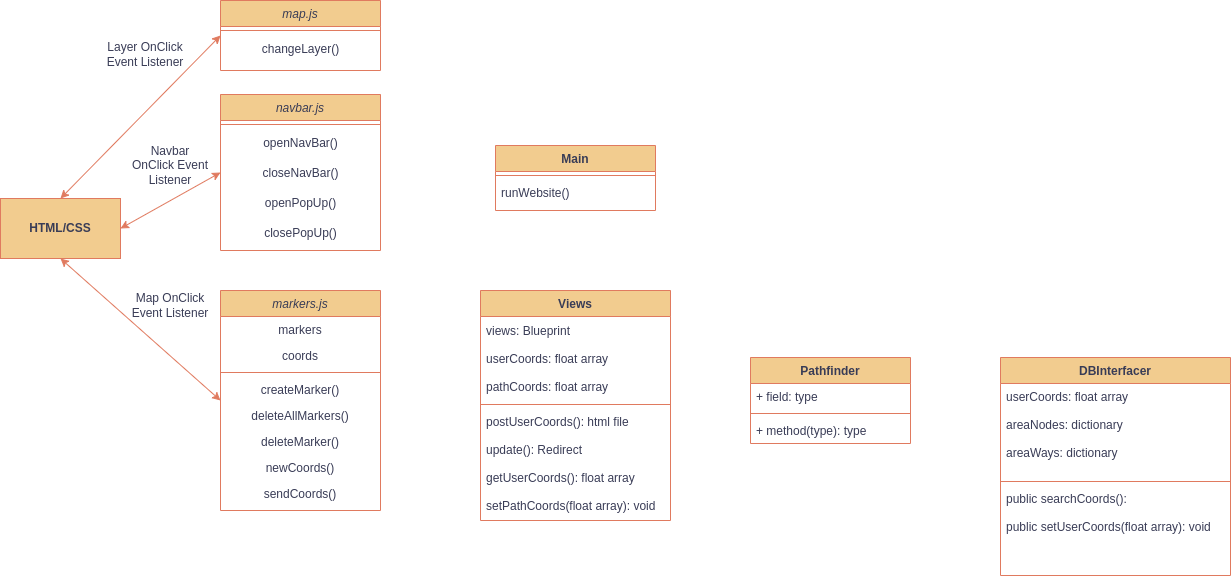
The draw.io diagram paperwork/RouteplannerDiagram.drawio.png in B-DUB99/RoutePlanner, before a commit. Source tidied: cells renumbered, new cells last; positions are measured from the earlier drawing's top-left corner, leaving out a move shared by most shapes.
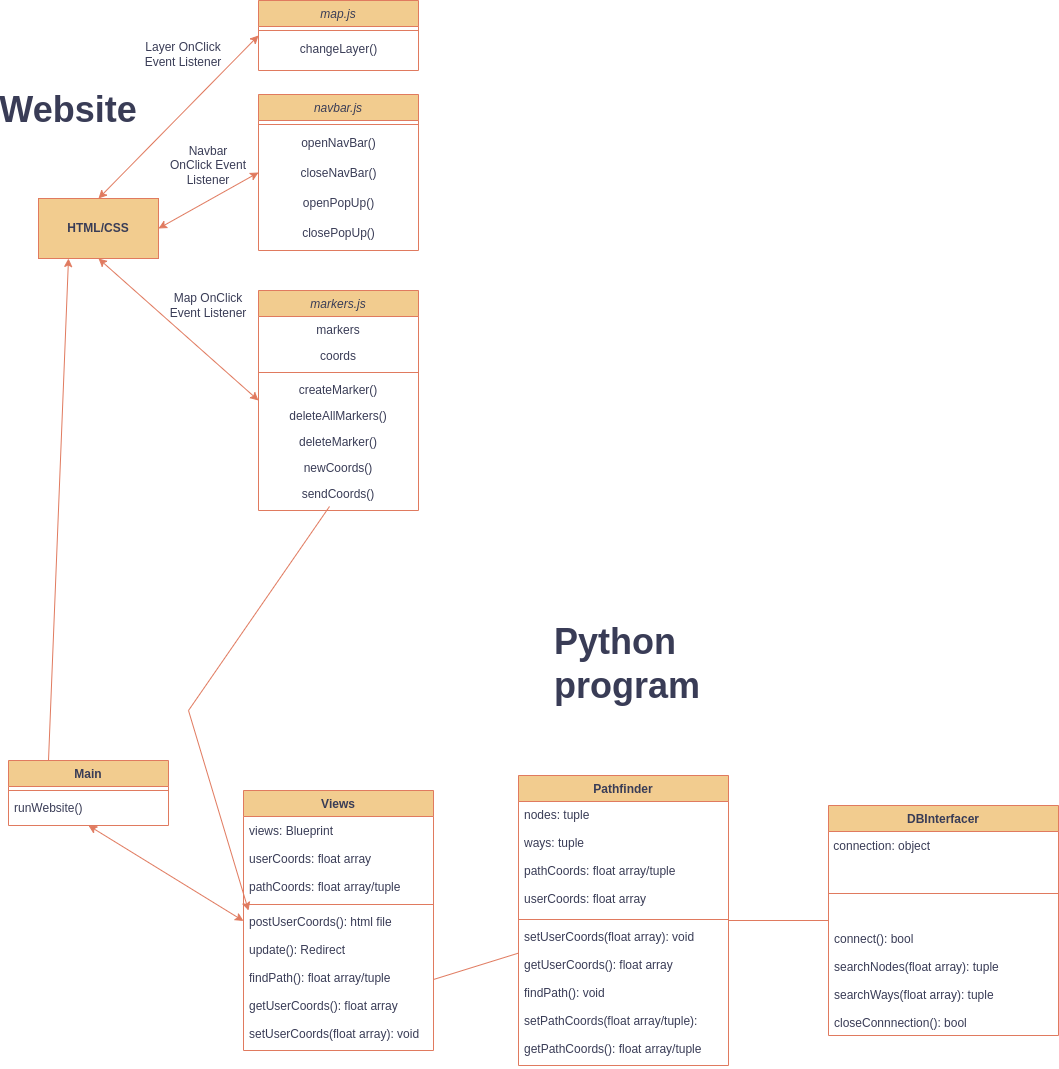
The same diagram one commit later.

Commit message:
UML class Diagram - Needs work I think but a good starting point.

Change to the diagram source:
```diff
@@ -69,7 +69,7 @@
       <mxGeometry relative="1" as="geometry" />
     </mxCell>
     <mxCell id="24" value="Main" style="swimlane;fontStyle=1;align=center;verticalAlign=top;horizontal=1;startSize=26;rounded=0;shadow=0;strokeWidth=1;labelBackgroundColor=none;fillColor=#F2CC8F;strokeColor=#E07A5F;fontColor=#393C56;" parent="1" vertex="1">
-      <mxGeometry x="495" y="145" width="160" height="65" as="geometry" />
+      <mxGeometry x="-30" y="760" width="160" height="65" as="geometry" />
     </mxCell>
     <mxCell id="25" style="line;html=1;strokeWidth=1;align=left;verticalAlign=middle;spacingTop=-1;spacingLeft=3;spacingRight=3;labelPosition=right;labelBackgroundColor=none;fillColor=#F2CC8F;strokeColor=#E07A5F;fontColor=#393C56;" parent="24" vertex="1">
       <mxGeometry y="26" width="160" height="8" as="geometry" />
@@ -86,41 +86,67 @@
     <mxCell id="29" value="Map OnClick Event Listener" style="text;html=1;strokeColor=none;fillColor=none;align=center;verticalAlign=middle;whiteSpace=wrap;rounded=0;fontColor=#393C56;labelBackgroundColor=none;" parent="1" vertex="1">
       <mxGeometry x="120" y="270" width="100" height="70" as="geometry" />
     </mxCell>
-    <mxCell id="30" value="Views" style="swimlane;fontStyle=1;align=center;verticalAlign=top;horizontal=1;startSize=26;strokeColor=#E07A5F;fontColor=#393C56;fillColor=#F2CC8F;" parent="1" vertex="1">
-      <mxGeometry x="480" y="290" width="190" height="230" as="geometry" />
+    <mxCell id="30" value="Views" style="swimlane;fontStyle=1;align=center;verticalAlign=top;horizontal=1;startSize=26;strokeColor=#E07A5F;fontColor=#393C56;fillColor=#F2CC8F;labelBackgroundColor=none;" parent="1" vertex="1">
+      <mxGeometry x="205" y="790" width="190" height="260" as="geometry" />
     </mxCell>
-    <mxCell id="31" value="views: Blueprint&#10;&#10;userCoords: float array&#10;&#10;pathCoords: float array" style="text;strokeColor=none;fillColor=none;align=left;verticalAlign=middle;spacingLeft=4;spacingRight=4;overflow=hidden;fontColor=#393C56;" parent="30" vertex="1">
+    <mxCell id="31" value="views: Blueprint&#10;&#10;userCoords: float array&#10;&#10;pathCoords: float array/tuple" style="text;strokeColor=none;fillColor=none;align=left;verticalAlign=middle;spacingLeft=4;spacingRight=4;overflow=hidden;fontColor=#393C56;labelBackgroundColor=none;" parent="30" vertex="1">
       <mxGeometry y="26" width="190" height="84" as="geometry" />
     </mxCell>
-    <mxCell id="32" style="line;strokeWidth=1;fillColor=none;align=left;verticalAlign=middle;spacingTop=-1;spacingLeft=3;spacingRight=3;labelPosition=right;strokeColor=inherit;fontColor=#393C56;" parent="30" vertex="1">
+    <mxCell id="32" style="line;strokeWidth=1;fillColor=none;align=left;verticalAlign=middle;spacingTop=-1;spacingLeft=3;spacingRight=3;labelPosition=right;strokeColor=#E07A5F;fontColor=#393C56;labelBackgroundColor=none;" parent="30" vertex="1">
       <mxGeometry y="110" width="190" height="8" as="geometry" />
     </mxCell>
-    <mxCell id="33" value="postUserCoords(): html file&#10;&#10;update(): Redirect&#10;&#10;getUserCoords(): float array&#10;&#10;setPathCoords(float array): void&#10;&#10;" style="text;strokeColor=none;fillColor=none;align=left;verticalAlign=top;spacingLeft=4;spacingRight=4;overflow=hidden;points=[[0,0.5],[1,0.5]];portConstraint=eastwest;fontColor=#393C56;" parent="30" vertex="1">
-      <mxGeometry y="118" width="190" height="112" as="geometry" />
+    <mxCell id="33" value="postUserCoords(): html file&#10;&#10;update(): Redirect&#10;&#10;findPath(): float array/tuple&#10;&#10;getUserCoords(): float array&#10;&#10;setUserCoords(float array): void" style="text;strokeColor=none;fillColor=none;align=left;verticalAlign=top;spacingLeft=4;spacingRight=4;overflow=hidden;points=[[0,0.5],[1,0.5]];portConstraint=eastwest;fontColor=#393C56;labelBackgroundColor=none;" parent="30" vertex="1">
+      <mxGeometry y="118" width="190" height="142" as="geometry" />
     </mxCell>
-    <mxCell id="34" value="Pathfinder" style="swimlane;fontStyle=1;align=center;verticalAlign=top;horizontal=1;startSize=26;strokeColor=#E07A5F;fontColor=#393C56;fillColor=#F2CC8F;" parent="1" vertex="1">
-      <mxGeometry x="750" y="357" width="160" height="86" as="geometry" />
+    <mxCell id="34" value="Pathfinder" style="swimlane;fontStyle=1;align=center;verticalAlign=top;horizontal=1;startSize=26;strokeColor=#E07A5F;fontColor=#393C56;fillColor=#F2CC8F;labelBackgroundColor=none;" parent="1" vertex="1">
+      <mxGeometry x="480" y="775" width="210" height="290" as="geometry" />
     </mxCell>
-    <mxCell id="35" value="+ field: type" style="text;strokeColor=none;fillColor=none;align=left;verticalAlign=top;spacingLeft=4;spacingRight=4;overflow=hidden;fontColor=#393C56;" parent="34" vertex="1">
-      <mxGeometry y="26" width="160" height="26" as="geometry" />
+    <mxCell id="35" value="nodes: tuple&#10;&#10;ways: tuple&#10;&#10;pathCoords: float array/tuple&#10;&#10;userCoords: float array" style="text;strokeColor=none;fillColor=none;align=left;verticalAlign=top;spacingLeft=4;spacingRight=4;overflow=hidden;fontColor=#393C56;labelBackgroundColor=none;" parent="34" vertex="1">
+      <mxGeometry y="26" width="210" height="114" as="geometry" />
     </mxCell>
-    <mxCell id="36" style="line;strokeWidth=1;fillColor=none;align=left;verticalAlign=middle;spacingTop=-1;spacingLeft=3;spacingRight=3;labelPosition=right;strokeColor=inherit;fontColor=#393C56;" parent="34" vertex="1">
-      <mxGeometry y="52" width="160" height="8" as="geometry" />
+    <mxCell id="36" style="line;strokeWidth=1;fillColor=none;align=left;verticalAlign=middle;spacingTop=-1;spacingLeft=3;spacingRight=3;labelPosition=right;strokeColor=#E07A5F;fontColor=#393C56;labelBackgroundColor=none;" parent="34" vertex="1">
+      <mxGeometry y="140" width="210" height="8" as="geometry" />
     </mxCell>
-    <mxCell id="37" value="+ method(type): type" style="text;strokeColor=none;fillColor=none;align=left;verticalAlign=top;spacingLeft=4;spacingRight=4;overflow=hidden;fontColor=#393C56;" parent="34" vertex="1">
-      <mxGeometry y="60" width="160" height="26" as="geometry" />
+    <mxCell id="37" value="setUserCoords(float array): void&#10;&#10;getUserCoords(): float array&#10;&#10;findPath(): void&#10;&#10;setPathCoords(float array/tuple):&#10;&#10;getPathCoords(): float array/tuple" style="text;strokeColor=none;fillColor=none;align=left;verticalAlign=top;spacingLeft=4;spacingRight=4;overflow=hidden;fontColor=#393C56;labelBackgroundColor=none;" parent="34" vertex="1">
+      <mxGeometry y="148" width="210" height="142" as="geometry" />
     </mxCell>
-    <mxCell id="38" value="DBInterfacer" style="swimlane;fontStyle=1;align=center;verticalAlign=top;horizontal=1;startSize=26;strokeColor=#E07A5F;fontColor=#393C56;fillColor=#F2CC8F;" parent="1" vertex="1">
-      <mxGeometry x="1000" y="357" width="230" height="218" as="geometry" />
+    <mxCell id="38" value="DBInterfacer" style="swimlane;fontStyle=1;align=center;verticalAlign=top;horizontal=1;startSize=26;strokeColor=#E07A5F;fontColor=#393C56;fillColor=#F2CC8F;labelBackgroundColor=none;" parent="1" vertex="1">
+      <mxGeometry x="790" y="805" width="230" height="230" as="geometry" />
     </mxCell>
-    <mxCell id="39" value="userCoords: float array&#10;&#10;areaNodes: dictionary&#10;&#10;areaWays: dictionary" style="text;strokeColor=none;fillColor=none;align=left;verticalAlign=top;spacingLeft=4;spacingRight=4;overflow=hidden;fontColor=#393C56;" parent="38" vertex="1">
-      <mxGeometry y="26" width="230" height="94" as="geometry" />
-    </mxCell>
+    <mxCell id="42" value="&amp;nbsp;connection: object" style="text;html=1;align=left;verticalAlign=middle;strokeColor=none;fillColor=none;labelBackgroundColor=none;fontColor=#393C56;" parent="38" vertex="1">
+      <mxGeometry y="26" width="230" height="30" as="geometry" />
+    </mxCell>
-    <mxCell id="40" style="line;strokeWidth=1;fillColor=none;align=left;verticalAlign=middle;spacingTop=-1;spacingLeft=3;spacingRight=3;labelPosition=right;strokeColor=inherit;fontColor=#393C56;" parent="38" vertex="1">
-      <mxGeometry y="120" width="230" height="8" as="geometry" />
+    <mxCell id="40" style="line;strokeWidth=1;fillColor=none;align=left;verticalAlign=middle;spacingTop=-1;spacingLeft=3;spacingRight=3;labelPosition=right;strokeColor=#E07A5F;fontColor=#393C56;labelBackgroundColor=none;" parent="38" vertex="1">
+      <mxGeometry y="56" width="230" height="64" as="geometry" />
     </mxCell>
-    <mxCell id="41" value="public searchCoords(): &#10;&#10;public setUserCoords(float array): void " style="text;strokeColor=none;fillColor=none;align=left;verticalAlign=top;spacingLeft=4;spacingRight=4;overflow=hidden;fontColor=#393C56;" parent="38" vertex="1">
-      <mxGeometry y="128" width="230" height="90" as="geometry" />
+    <mxCell id="41" value="connect(): bool&#10;&#10;searchNodes(float array): tuple &#10;&#10;searchWays(float array): tuple &#10;&#10;closeConnnection(): bool" style="text;strokeColor=none;fillColor=none;align=left;verticalAlign=top;spacingLeft=4;spacingRight=4;overflow=hidden;fontColor=#393C56;labelBackgroundColor=none;" parent="38" vertex="1">
+      <mxGeometry y="120" width="230" height="110" as="geometry" />
     </mxCell>
+    <mxCell id="43" value="&lt;b&gt;&lt;font style=&quot;font-size: 36px;&quot;&gt;Python program&lt;/font&gt;&lt;/b&gt;" style="text;html=1;strokeColor=none;fillColor=none;align=left;verticalAlign=middle;whiteSpace=wrap;rounded=0;labelBackgroundColor=none;fontColor=#393C56;" parent="1" vertex="1">
+      <mxGeometry x="514" y="647.5" width="60" height="30" as="geometry" />
+    </mxCell>
+    <mxCell id="44" value="&lt;b style=&quot;&quot;&gt;&lt;font style=&quot;font-size: 36px;&quot;&gt;Website&lt;/font&gt;&lt;/b&gt;" style="text;html=1;strokeColor=none;fillColor=none;align=center;verticalAlign=middle;whiteSpace=wrap;rounded=0;labelBackgroundColor=none;fontColor=#393C56;" parent="1" vertex="1">
+      <mxGeometry y="94" width="60" height="30" as="geometry" />
+    </mxCell>
+    <mxCell id="45" style="endArrow=classic;html=1;rounded=0;fontSize=36;entryX=0.25;entryY=1;entryDx=0;entryDy=0;exitX=0.25;exitY=0;exitDx=0;exitDy=0;labelBackgroundColor=none;strokeColor=#E07A5F;fontColor=default;" parent="1" edge="1" source="24" target="20">
+      <mxGeometry relative="1" as="geometry" />
+    </mxCell>
+    <mxCell id="46" style="endArrow=classic;html=1;rounded=0;fontSize=36;labelBackgroundColor=none;strokeColor=#E07A5F;fontColor=default;" parent="1" edge="1" source="19">
+      <mxGeometry relative="1" as="geometry">
+        <mxPoint x="210" y="910" as="targetPoint" />
+        <Array as="points">
+          <mxPoint x="150" y="710" />
+        </Array>
+      </mxGeometry>
+    </mxCell>
+    <mxCell id="47" style="endArrow=classic;startArrow=classic;html=1;rounded=0;fontSize=36;exitX=0.5;exitY=1;exitDx=0;exitDy=0;labelBackgroundColor=none;strokeColor=#E07A5F;fontColor=default;" parent="1" edge="1" source="24" target="33">
+      <mxGeometry relative="1" as="geometry" />
+    </mxCell>
+    <mxCell id="48" style="endArrow=none;html=1;rounded=0;fontSize=36;exitX=1;exitY=0.5;exitDx=0;exitDy=0;labelBackgroundColor=none;strokeColor=#E07A5F;fontColor=default;" parent="1" edge="1" source="33" target="34">
+      <mxGeometry relative="1" as="geometry" />
+    </mxCell>
+    <mxCell id="49" style="endArrow=none;html=1;rounded=0;strokeColor=#E07A5F;fontColor=#393C56;fillColor=#F2CC8F;entryX=0;entryY=0.5;entryDx=0;entryDy=0;" parent="1" edge="1" source="34" target="38">
+      <mxGeometry relative="1" as="geometry" />
+    </mxCell>
   </root>
 </mxGraphModel>
```
